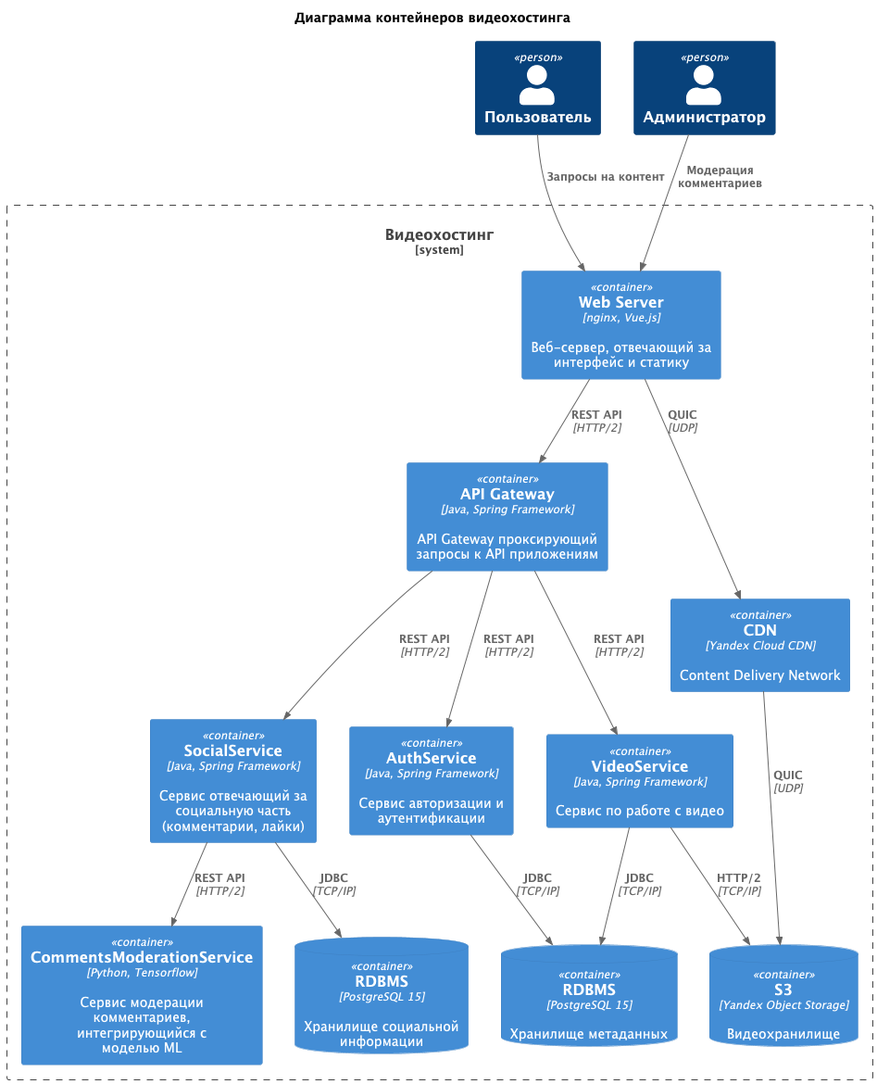
is-svi-y25/.github keeps this PlantUML diagram as profile/container.png. Above is the earlier version.
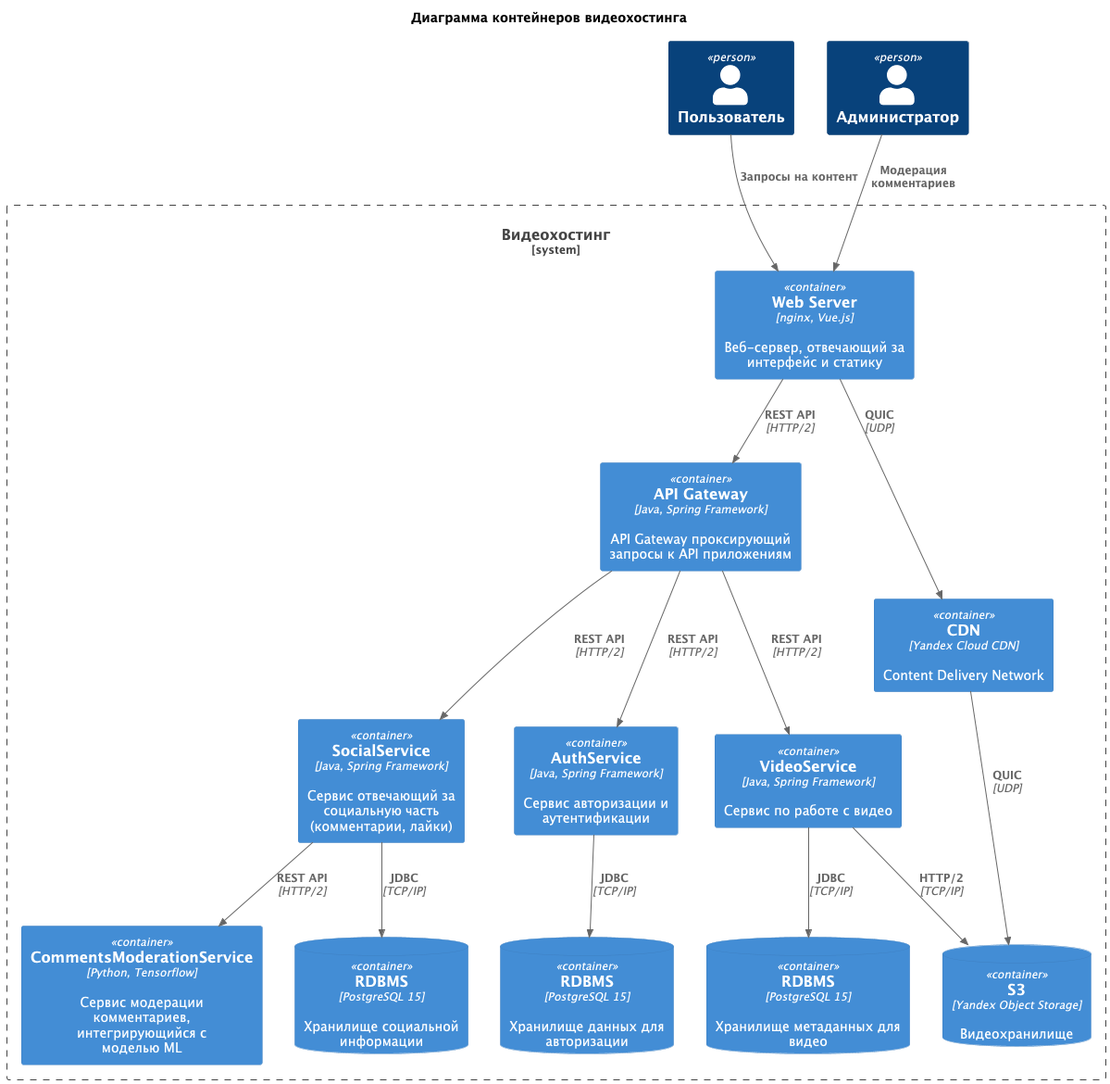
Above is the later version.

What changed in the source:
```diff
@@ -17,7 +17,8 @@
   Container(commentsModerationService, "CommentsModerationService", "Python, Tensorflow", "Сервис модерации комментариев, интегрирующийся с моделью ML")
   Container(cdn, "CDN", "Yandex Cloud CDN", "Content Delivery Network")
 
-  ContainerDb(metaDb, "RDBMS", "PostgreSQL 15", "Хранилище метаданных")
+  ContainerDb(videoMetaDb, "RDBMS", "PostgreSQL 15", "Хранилище метаданных для видео")
+  ContainerDb(authDb, "RDBMS", "PostgreSQL 15", "Хранилище данных для авторизации")
   ContainerDb(socialDb, "RDBMS", "PostgreSQL 15", "Хранилище социальной информации")
   ContainerDb(s3, "S3", "Yandex Object Storage", "Видеохранилище")
 }
@@ -32,8 +33,8 @@
 
 Rel(socialService, commentsModerationService, "REST API", "HTTP/2")
 
-Rel(authService, metaDb, "JDBC", "TCP/IP")
-Rel(playbackService, metaDb, "JDBC", "TCP/IP")
+Rel(authService, authDb, "JDBC", "TCP/IP")
+Rel(playbackService, videoMetaDb, "JDBC", "TCP/IP")
 Rel(playbackService, s3, "HTTP/2", "TCP/IP")
 Rel(socialService, socialDb, "JDBC", "TCP/IP")
 
```
